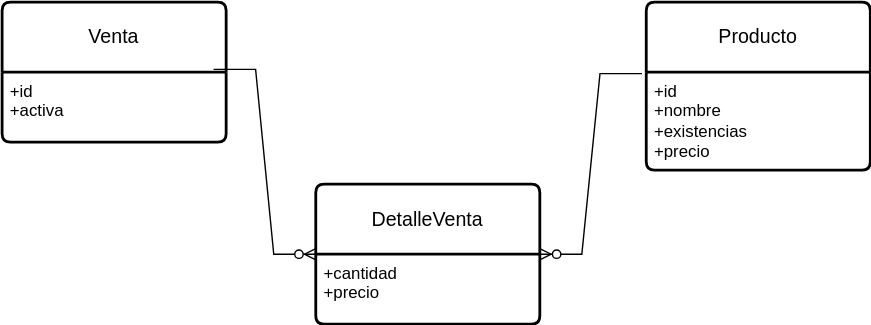
This is img/m21compras/comprasder.drawio.svg from gilpgawoas/gilpgawoas.github.io, a draw.io export, as it was before one commit. Source tidied: cells renumbered, new cells last; positions are measured from the earlier drawing's top-left corner, leaving out a move shared by most shapes.
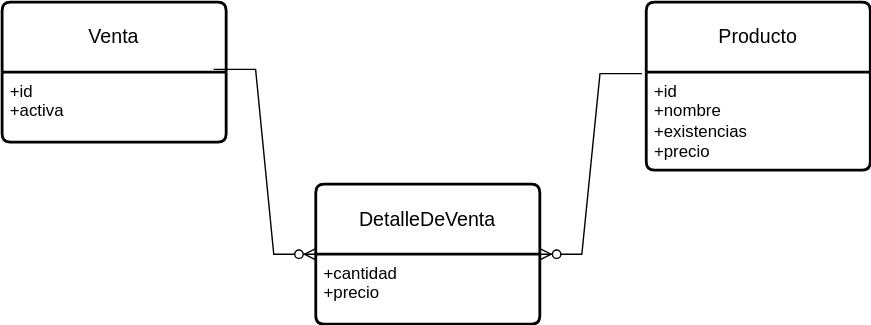
The same file after the commit.

Diff of the diagram source:
```diff
@@ -8,7 +8,7 @@
     <mxCell id="3" value="+id&lt;br&gt;+nombre&lt;br&gt;+existencias&lt;br&gt;+precio" style="align=left;strokeColor=none;fillColor=none;spacingLeft=4;fontSize=12;verticalAlign=top;html=1;" parent="2" vertex="1">
       <mxGeometry y="50" width="160" height="70" as="geometry" />
     </mxCell>
-    <mxCell id="4" value="DetalleVenta" style="swimlane;horizontal=1;startSize=50;rounded=1;fontSize=14;fontStyle=0;strokeWidth=2;shadow=0;dashed=0;align=center;arcSize=4;whiteSpace=wrap;html=1;" parent="1" vertex="1">
+    <mxCell id="4" value="DetalleDeVenta" style="swimlane;horizontal=1;startSize=50;rounded=1;fontSize=14;fontStyle=0;strokeWidth=2;shadow=0;dashed=0;align=center;arcSize=4;whiteSpace=wrap;html=1;" parent="1" vertex="1">
       <mxGeometry x="224" y="130" width="160" height="100" as="geometry" />
     </mxCell>
     <mxCell id="5" value="+cantidad&lt;br&gt;+precio" style="align=left;strokeColor=none;fillColor=none;spacingLeft=4;fontSize=12;verticalAlign=top;html=1;" parent="4" vertex="1">
```
